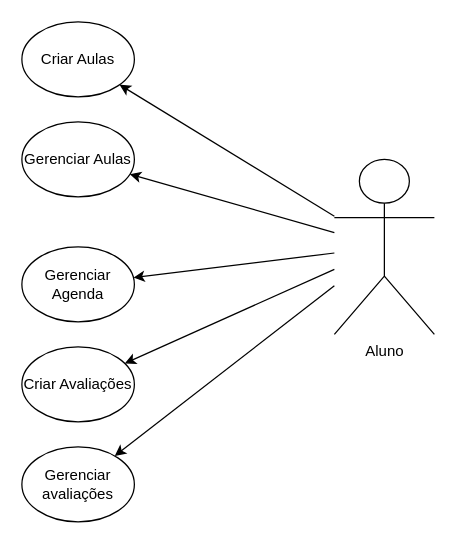
This is page "Página-2" (2 of 2) of reforçaedu.drawio from CharlesTM1/Diagramasderequisitos, a draw.io file, before an edit. Source tidied: cells renumbered, new cells numbered last; positions are measured from the earlier drawing's top-left corner, leaving out a move shared by most shapes. Both pictures are drawn from the tidied source at 125%, with x=0, y=0 at pixel (21, 21).
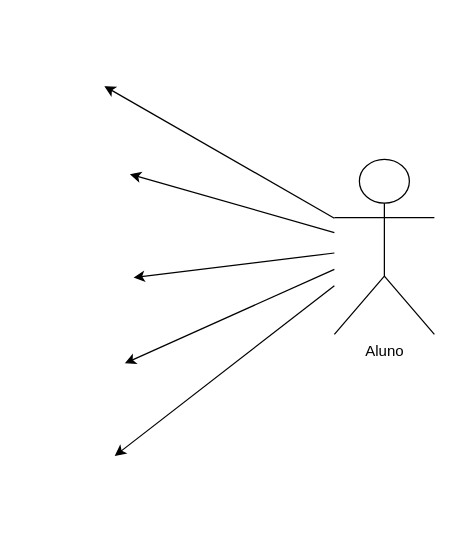
The same page after the edit.

Diff of the diagram source:
```diff
@@
 <mxGraphModel>
   <root>
     <mxCell id="0" />
     <mxCell id="1" parent="0" />
     <mxCell id="2" value="Aluno" style="shape=umlActor;verticalLabelPosition=bottom;verticalAlign=top;html=1;outlineConnect=0;" parent="1" vertex="1">
       <mxGeometry x="250" y="110" width="80" height="140" as="geometry" />
     </mxCell>
-    <mxCell id="3" value="Gerenciar Agenda" style="ellipse;whiteSpace=wrap;html=1;" parent="1" vertex="1">
-      <mxGeometry y="180" width="90" height="60" as="geometry" />
-    </mxCell>
-    <mxCell id="4" value="Criar Aulas" style="ellipse;whiteSpace=wrap;html=1;" parent="1" vertex="1">
-      <mxGeometry width="90" height="60" as="geometry" />
-    </mxCell>
-    <mxCell id="5" value="Gerenciar Aulas" style="ellipse;whiteSpace=wrap;html=1;" parent="1" vertex="1">
-      <mxGeometry y="80" width="90" height="60" as="geometry" />
-    </mxCell>
-    <mxCell id="6" value="Criar Avaliações" style="ellipse;whiteSpace=wrap;html=1;" parent="1" vertex="1">
-      <mxGeometry y="260" width="90" height="60" as="geometry" />
-    </mxCell>
-    <mxCell id="7" value="Gerenciar avaliações" style="ellipse;whiteSpace=wrap;html=1;" parent="1" vertex="1">
-      <mxGeometry y="340" width="90" height="60" as="geometry" />
-    </mxCell>
-    <mxCell id="8" style="endArrow=classic;html=1;rounded=0;" parent="1" edge="1" source="2" target="3">
-      <mxGeometry relative="1" as="geometry" />
+    <mxCell id="8" style="endArrow=classic;html=1;rounded=0;" parent="1" edge="1" source="2">
+      <mxGeometry relative="1" as="geometry">
+        <mxPoint x="89.3" y="204.6" as="targetPoint" />
+      </mxGeometry>
     </mxCell>
-    <mxCell id="9" style="endArrow=classic;html=1;rounded=0;" parent="1" edge="1" source="2" target="4">
-      <mxGeometry relative="1" as="geometry" />
+    <mxCell id="9" style="endArrow=classic;html=1;rounded=0;" parent="1" edge="1" source="2">
+      <mxGeometry relative="1" as="geometry">
+        <mxPoint x="66" y="51.4" as="targetPoint" />
+      </mxGeometry>
     </mxCell>
-    <mxCell id="10" style="endArrow=classic;html=1;rounded=0;" parent="1" edge="1" source="2" target="5">
-      <mxGeometry relative="1" as="geometry" />
+    <mxCell id="10" style="endArrow=classic;html=1;rounded=0;" parent="1" edge="1" source="2">
+      <mxGeometry relative="1" as="geometry">
+        <mxPoint x="86.4" y="121.8" as="targetPoint" />
+      </mxGeometry>
     </mxCell>
-    <mxCell id="11" style="endArrow=classic;html=1;rounded=0;" parent="1" edge="1" source="2" target="6">
-      <mxGeometry relative="1" as="geometry" />
+    <mxCell id="11" style="endArrow=classic;html=1;rounded=0;" parent="1" edge="1" source="2">
+      <mxGeometry relative="1" as="geometry">
+        <mxPoint x="82.3" y="273.2" as="targetPoint" />
+      </mxGeometry>
     </mxCell>
-    <mxCell id="12" style="endArrow=classic;html=1;rounded=0;" parent="1" edge="1" source="2" target="7">
-      <mxGeometry relative="1" as="geometry" />
+    <mxCell id="12" style="endArrow=classic;html=1;rounded=0;" parent="1" edge="1" source="2">
+      <mxGeometry relative="1" as="geometry">
+        <mxPoint x="74.3" y="347.3" as="targetPoint" />
+      </mxGeometry>
     </mxCell>
   </root>
 </mxGraphModel>
```
